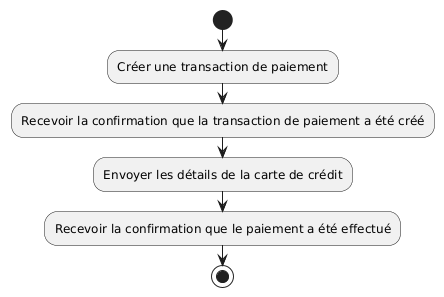
Above: docs/arc42/activity.png in monicaDelao/log430-a25-labo5-payment (PlantUML), before the change.
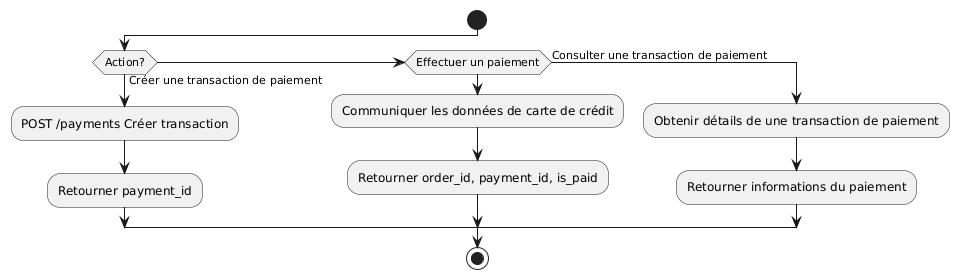
After the change.

What changed in the source:
```diff
@@ -1,8 +1,18 @@
 @startuml
 start
-        :Créer une transaction de paiement;
-        :Recevoir la confirmation que la transaction de paiement a été créé;
-        :Envoyer les détails de la carte de crédit;
-        :Recevoir la confirmation que le paiement a été effectué;
-    stop
+
+if (Action?) then (Créer une transaction de paiement)
+  :POST /payments Créer transaction;
+  :Retourner payment_id;
+
+elseif (Effectuer un paiement) then
+  :Communiquer les données de carte de crédit;
+  :Retourner order_id, payment_id, is_paid;
+
+else (Consulter une transaction de paiement)
+  :Obtenir détails de une transaction de paiement;
+  :Retourner informations du paiement;
+endif
+
+stop
 @enduml
```
